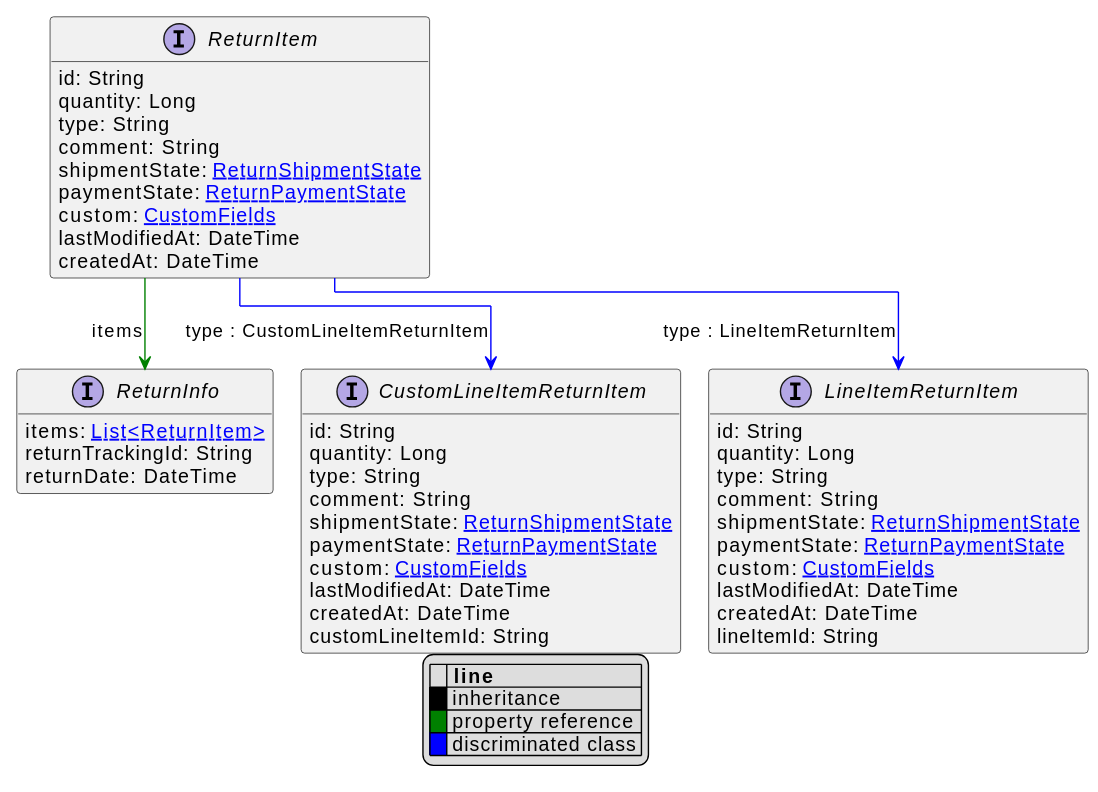
commercetools/commercetools-api-reference keeps this PlantUML diagram as uml/api/svg/ReturnItem.svg. Above is the earlier version.
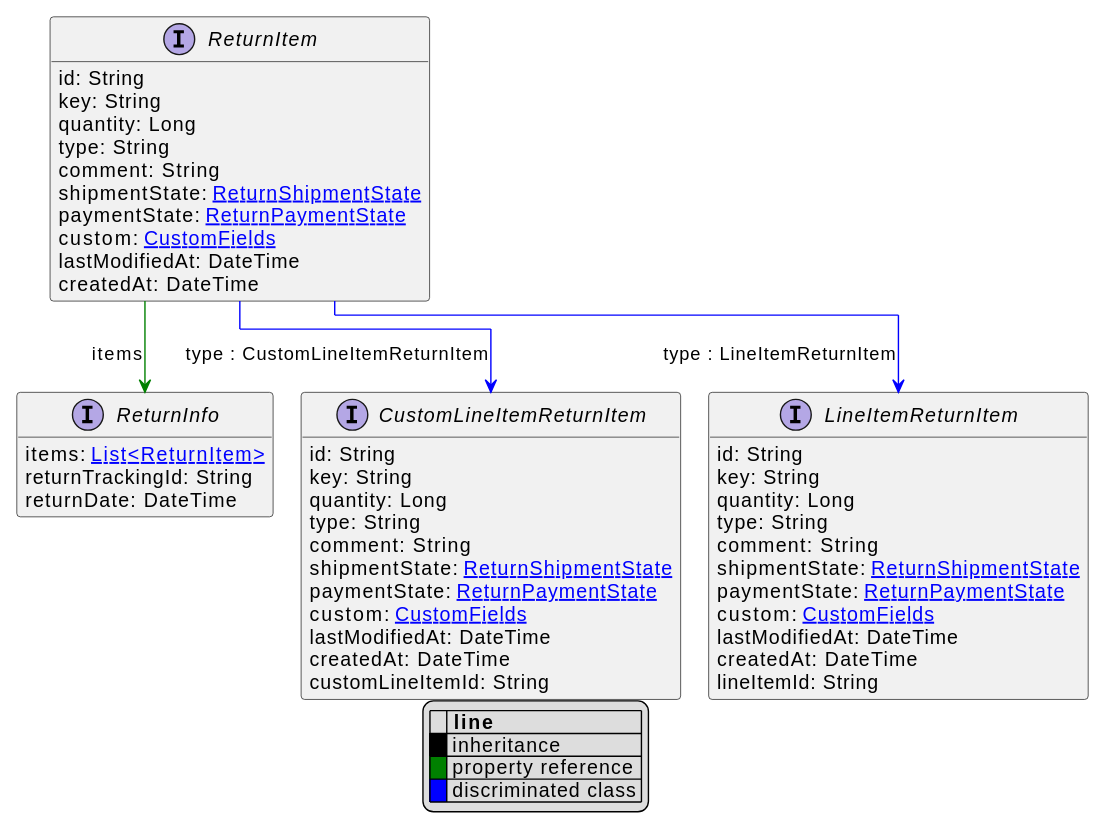
Later version of the same file.

Diff of the diagram source:
```diff
@@ -10,6 +10,7 @@
 endlegend
 interface ReturnItem [[ReturnItem.svg]]  {
     id: String
+    key: String
     quantity: Long
     type: String
     comment: String
@@ -23,6 +24,7 @@
 
 interface CustomLineItemReturnItem [[CustomLineItemReturnItem.svg]]  {
     id: String
+    key: String
     quantity: Long
     type: String
     comment: String
@@ -35,6 +37,7 @@
 }
 interface LineItemReturnItem [[LineItemReturnItem.svg]]  {
     id: String
+    key: String
     quantity: Long
     type: String
     comment: String
```
